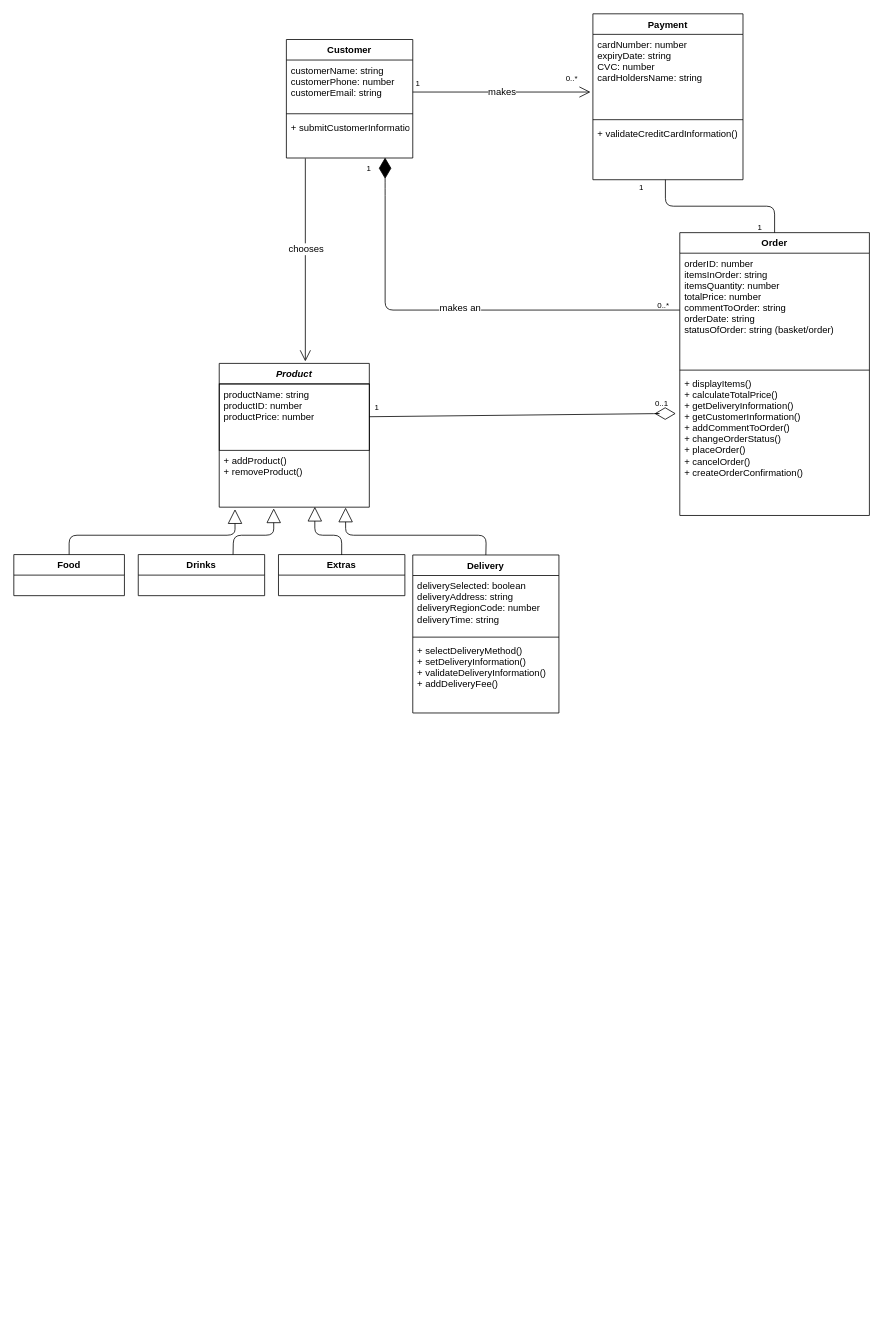
The draw.io diagram Untitled Diagram.drawio in akpe19ab/Sloth-Systems, before the edit. Source tidied: cells renumbered, new cells numbered last; positions are measured from the earlier drawing's top-left corner, leaving out a move shared by most shapes. Both pictures are drawn from the tidied source at 79%, with x=0, y=0 at pixel (13, 13).
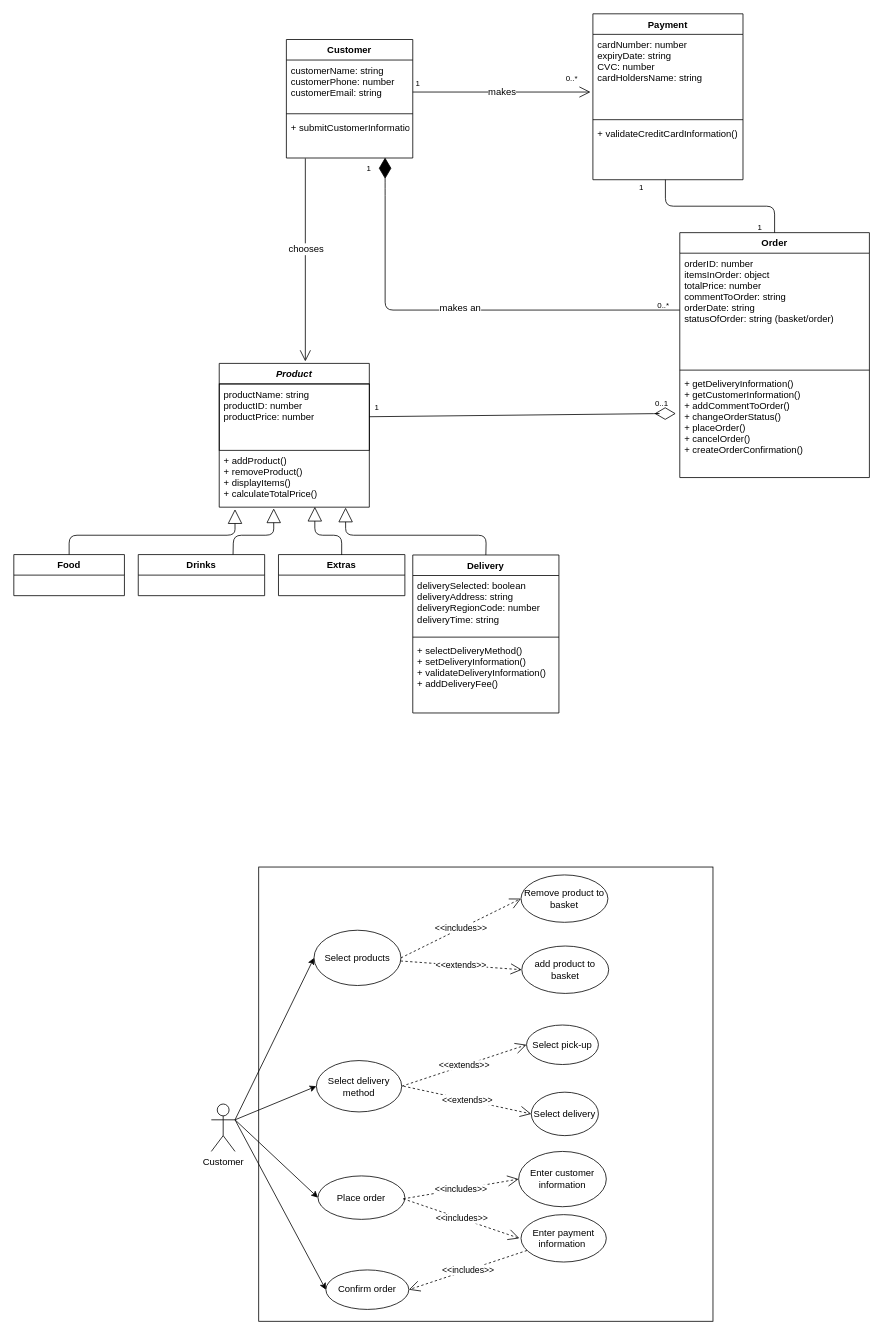
Above is the later version.

The change refers to these unchanged cells:
```xml
<mxCell id="2" value="Product" style="swimlane;fontStyle=3;align=center;verticalAlign=top;horizontal=1;startSize=26;" parent="1" vertex="1">
  <mxGeometry x="260" y="442.5" width="190" height="182" as="geometry" />
</mxCell>
```

The edit, as a diff of the source:
```diff
@@
-    <mxCell id="4" value="+ addProduct()&#10;+ removeProduct()" style="text;strokeColor=none;fillColor=none;align=left;verticalAlign=top;spacingLeft=4;spacingRight=4;overflow=hidden;points=[[0,0.5],[1,0.5]];portConstraint=eastwest;" parent="2" vertex="1">
+    <mxCell id="4" value="+ addProduct()&#10;+ removeProduct()&#10;+ displayItems()&#10;+ calculateTotalPrice()" style="text;strokeColor=none;fillColor=none;align=left;verticalAlign=top;spacingLeft=4;spacingRight=4;overflow=hidden;points=[[0,0.5],[1,0.5]];portConstraint=eastwest;" parent="2" vertex="1">
       <mxGeometry y="110" width="190" height="72" as="geometry" />
     </mxCell>
@@
     <mxCell id="17" value="Order" style="swimlane;fontStyle=1;align=center;verticalAlign=top;horizontal=1;startSize=26;strokeColor=#000000;" parent="1" vertex="1">
-      <mxGeometry x="843" y="277" width="240" height="358" as="geometry" />
+      <mxGeometry x="843" y="277" width="240" height="310" as="geometry" />
     </mxCell>
-    <mxCell id="18" value="orderID: number&#10;itemsInOrder: string&#10;itemsQuantity: number&#10;totalPrice: number&#10;commentToOrder: string&#10;orderDate: string&#10;statusOfOrder: string (basket/order)&#10;" style="text;strokeColor=none;fillColor=none;align=left;verticalAlign=top;spacingLeft=4;spacingRight=4;overflow=hidden;points=[[0,0.5],[1,0.5]];portConstraint=eastwest;" parent="17" vertex="1">
+    <mxCell id="18" value="orderID: number&#10;itemsInOrder: object&#10;totalPrice: number&#10;commentToOrder: string&#10;orderDate: string&#10;statusOfOrder: string (basket/order)&#10;" style="text;strokeColor=none;fillColor=none;align=left;verticalAlign=top;spacingLeft=4;spacingRight=4;overflow=hidden;points=[[0,0.5],[1,0.5]];portConstraint=eastwest;" parent="17" vertex="1">
       <mxGeometry y="26" width="240" height="144" as="geometry" />
     </mxCell>
@@
-    <mxCell id="20" value="+ displayItems()&#10;+ calculateTotalPrice()&#10;+ getDeliveryInformation()&#10;+ getCustomerInformation()&#10;+ addCommentToOrder()&#10;+ changeOrderStatus()&#10;+ placeOrder()&#10;+ cancelOrder()&#10;+ createOrderConfirmation()" style="text;strokeColor=none;fillColor=none;align=left;verticalAlign=top;spacingLeft=4;spacingRight=4;overflow=hidden;" parent="17" vertex="1">
-      <mxGeometry y="178" width="240" height="180" as="geometry" />
+    <mxCell id="20" value="+ getDeliveryInformation()&#10;+ getCustomerInformation()&#10;+ addCommentToOrder()&#10;+ changeOrderStatus()&#10;+ placeOrder()&#10;+ cancelOrder()&#10;+ createOrderConfirmation()" style="text;strokeColor=none;fillColor=none;align=left;verticalAlign=top;spacingLeft=4;spacingRight=4;overflow=hidden;" parent="17" vertex="1">
+      <mxGeometry y="178" width="240" height="132" as="geometry" />
     </mxCell>
@@
+    <mxCell id="47" style="whiteSpace=wrap;html=1;" parent="1" vertex="1">
+      <mxGeometry x="310" y="1080" width="575" height="575" as="geometry" />
+    </mxCell>
+    <mxCell id="48" style="edgeStyle=none;rounded=0;jettySize=auto;html=1;entryX=0;entryY=0.5;entryDx=0;entryDy=0;" parent="1" edge="1" target="53">
+      <mxGeometry relative="1" as="geometry">
+        <mxPoint x="280" y="1400" as="sourcePoint" />
+      </mxGeometry>
+    </mxCell>
+    <mxCell id="49" style="edgeStyle=none;rounded=0;jettySize=auto;html=1;exitX=1;exitY=0.3333333333333333;exitDx=0;exitDy=0;exitPerimeter=0;entryX=0;entryY=0.5;entryDx=0;entryDy=0;" parent="1" edge="1" source="52" target="57">
+      <mxGeometry relative="1" as="geometry" />
+    </mxCell>
+    <mxCell id="50" style="edgeStyle=none;rounded=0;jettySize=auto;html=1;exitX=1;exitY=0.3333333333333333;exitDx=0;exitDy=0;exitPerimeter=0;entryX=0;entryY=0.5;entryDx=0;entryDy=0;" parent="1" edge="1" source="52" target="56">
+      <mxGeometry relative="1" as="geometry" />
+    </mxCell>
+    <mxCell id="51" style="edgeStyle=none;rounded=0;jettySize=auto;html=1;exitX=1;exitY=0.3333333333333333;exitDx=0;exitDy=0;exitPerimeter=0;entryX=0;entryY=0.5;entryDx=0;entryDy=0;" parent="1" edge="1" source="52" target="59">
+      <mxGeometry relative="1" as="geometry" />
+    </mxCell>
+    <mxCell id="52" value="Customer" style="shape=umlActor;verticalLabelPosition=bottom;labelBackgroundColor=#ffffff;verticalAlign=top;html=1;outlineConnect=0;" parent="1" vertex="1">
+      <mxGeometry x="250" y="1380" width="30" height="60" as="geometry" />
+    </mxCell>
+    <mxCell id="53" value="Select products" style="ellipse;whiteSpace=wrap;html=1;" parent="1" vertex="1">
+      <mxGeometry x="380" y="1160" width="110" height="70" as="geometry" />
+    </mxCell>
+    <mxCell id="54" value="Select pick-up" style="ellipse;whiteSpace=wrap;html=1;" parent="1" vertex="1">
+      <mxGeometry x="649" y="1280" width="91" height="50" as="geometry" />
+    </mxCell>
+    <mxCell id="55" value="Select delivery" style="ellipse;whiteSpace=wrap;html=1;" parent="1" vertex="1">
+      <mxGeometry x="655" y="1365" width="85" height="55" as="geometry" />
+    </mxCell>
+    <mxCell id="56" value="Place order" style="ellipse;whiteSpace=wrap;html=1;" parent="1" vertex="1">
+      <mxGeometry x="385" y="1471" width="110" height="55" as="geometry" />
+    </mxCell>
+    <mxCell id="57" value="Select delivery method" style="ellipse;whiteSpace=wrap;html=1;" parent="1" vertex="1">
+      <mxGeometry x="383" y="1325" width="108" height="65" as="geometry" />
+    </mxCell>
+    <mxCell id="58" value="add product to basket" style="ellipse;whiteSpace=wrap;html=1;" parent="1" vertex="1">
+      <mxGeometry x="643" y="1180" width="110" height="60" as="geometry" />
+    </mxCell>
+    <mxCell id="59" value="Confirm order" style="ellipse;whiteSpace=wrap;html=1;" parent="1" vertex="1">
+      <mxGeometry x="395" y="1590" width="105" height="50" as="geometry" />
+    </mxCell>
+    <mxCell id="60" value="Enter payment information&amp;nbsp;" style="ellipse;whiteSpace=wrap;html=1;" parent="1" vertex="1">
+      <mxGeometry x="642" y="1520" width="108" height="60" as="geometry" />
+    </mxCell>
+    <mxCell id="61" value="&amp;lt;&amp;lt;extends&amp;gt;&amp;gt;" style="endArrow=open;endSize=12;dashed=1;html=1;entryX=0;entryY=0.5;entryDx=0;entryDy=0;" parent="1" edge="1" source="53" target="58">
+      <mxGeometry relative="1" as="geometry" />
+    </mxCell>
+    <mxCell id="62" value="Enter customer information" style="ellipse;whiteSpace=wrap;html=1;" parent="1" vertex="1">
+      <mxGeometry x="639" y="1440" width="111" height="70" as="geometry" />
+    </mxCell>
+    <mxCell id="63" value="Remove product to basket" style="ellipse;whiteSpace=wrap;html=1;" parent="1" vertex="1">
+      <mxGeometry x="642" y="1090" width="110" height="60" as="geometry" />
+    </mxCell>
+    <mxCell id="64" value="&amp;lt;&amp;lt;includes&amp;gt;&amp;gt;" style="endArrow=open;endSize=12;dashed=1;html=1;entryX=0;entryY=0.5;entryDx=0;entryDy=0;exitX=1;exitY=0.5;exitDx=0;exitDy=0;" parent="1" edge="1" source="53" target="63">
+      <mxGeometry relative="1" as="geometry" />
+    </mxCell>
+    <mxCell id="65" value="&amp;lt;&amp;lt;extends&amp;gt;&amp;gt;" style="endArrow=open;endSize=12;dashed=1;html=1;entryX=0;entryY=0.5;entryDx=0;entryDy=0;" parent="1" edge="1" target="54">
+      <mxGeometry relative="1" as="geometry">
+        <mxPoint x="491.2" y="1357.4" as="sourcePoint" />
+      </mxGeometry>
+    </mxCell>
+    <mxCell id="66" value="&amp;lt;&amp;lt;extends&amp;gt;&amp;gt;" style="endArrow=open;endSize=12;dashed=1;html=1;entryX=0;entryY=0.5;entryDx=0;entryDy=0;" parent="1" edge="1" target="55">
+      <mxGeometry relative="1" as="geometry">
+        <mxPoint x="493.2" y="1357.4" as="sourcePoint" />
+      </mxGeometry>
+    </mxCell>
+    <mxCell id="67" value="&amp;lt;&amp;lt;includes&amp;gt;&amp;gt;" style="endArrow=open;endSize=12;dashed=1;html=1;entryX=0;entryY=0.5;entryDx=0;entryDy=0;" parent="1" edge="1" target="62">
+      <mxGeometry relative="1" as="geometry">
+        <mxPoint x="493" y="1500" as="sourcePoint" />
+      </mxGeometry>
+    </mxCell>
+    <mxCell id="68" value="&amp;lt;&amp;lt;includes&amp;gt;&amp;gt;" style="endArrow=open;endSize=12;dashed=1;html=1;" parent="1" edge="1">
+      <mxGeometry relative="1" as="geometry">
+        <mxPoint x="493" y="1500" as="sourcePoint" />
+        <mxPoint x="640" y="1550" as="targetPoint" />
+      </mxGeometry>
+    </mxCell>
+    <mxCell id="69" value="&amp;lt;&amp;lt;includes&amp;gt;&amp;gt;" style="endArrow=open;endSize=12;dashed=1;html=1;entryX=1;entryY=0.5;entryDx=0;entryDy=0;" parent="1" edge="1" source="60" target="59">
+      <mxGeometry relative="1" as="geometry" />
+    </mxCell>
```
